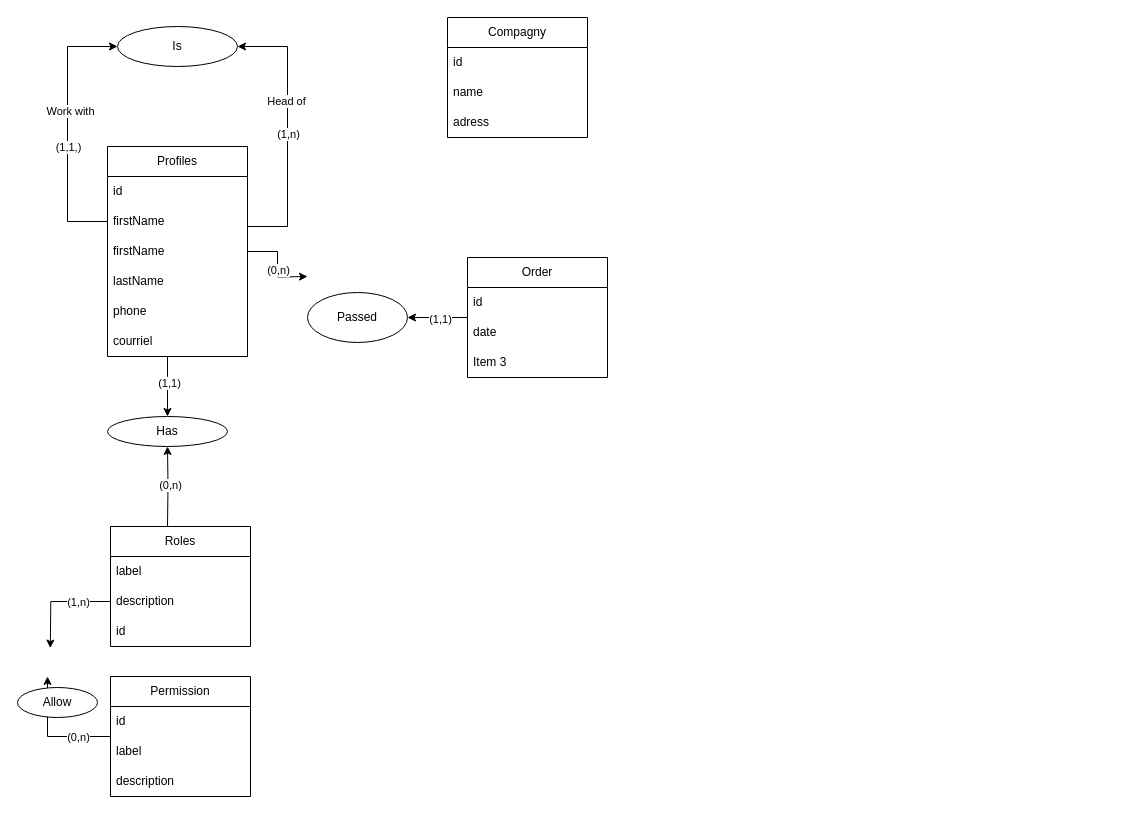
LorinceTawamba/gestion-commerciale keeps this draw.io diagram as page "MCD" (1 of 2) of gestion-commerciale.drawio. Above is the earlier version. Source tidied: cells renumbered, new cells numbered last; positions are measured from the earlier drawing's top-left corner, leaving out a move shared by most shapes. Both pictures are drawn from the tidied source at 100%, with x=0, y=0 at pixel (17, 17).
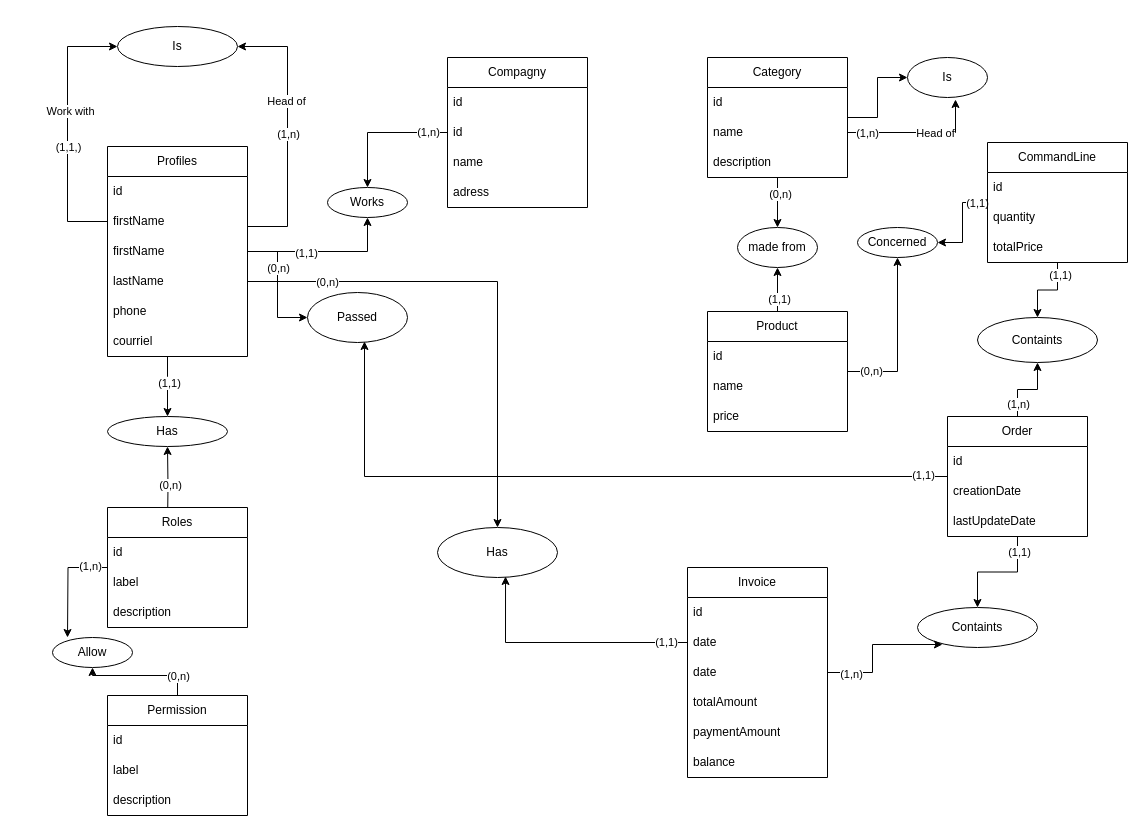
Above is the later version.

The change refers to these unchanged cells:
```xml
<mxCell id="9" value="Profiles" style="swimlane;fontStyle=0;horizontal=1;startSize=30;whiteSpace=wrap;html=1;" parent="1" vertex="1">
  <mxGeometry x="90" y="129" width="140" height="210" as="geometry" />
</mxCell>
<mxCell id="13" value="lastName" style="text;strokeColor=none;fillColor=none;align=left;verticalAlign=middle;spacingLeft=4;spacingRight=4;overflow=hidden;points=[[0,0.5],[1,0.5]];portConstraint=eastwest;whiteSpace=wrap;html=1;" parent="9" vertex="1">
  <mxGeometry y="120" width="140" height="30" as="geometry" />
</mxCell>
<mxCell id="42" value="Passed" style="ellipse;whiteSpace=wrap;html=1;" parent="1" vertex="1">
  <mxGeometry x="290" y="275" width="100" height="50" as="geometry" />
</mxCell>
```

Change to the diagram source:
```diff
@@
-    <mxCell id="7" style="edgeStyle=orthogonalEdgeStyle;rounded=0;jettySize=auto;html=1;entryX=0;entryY=0.5;entryDx=0;entryDy=0;" parent="1" edge="1" source="9">
+    <mxCell id="7" style="edgeStyle=orthogonalEdgeStyle;rounded=0;jettySize=auto;html=1;entryX=0;entryY=0.5;entryDx=0;entryDy=0;" parent="1" edge="1" source="9" target="42">
       <mxGeometry relative="1" as="geometry">
-        <mxPoint x="290" y="259" as="targetPoint" />
+        <Array as="points">
+          <mxPoint x="260" y="234" />
+          <mxPoint x="260" y="300" />
+        </Array>
       </mxGeometry>
     </mxCell>
     <mxCell id="8" value="(0,n)" style="edgeLabel;html=1;align=center;verticalAlign=middle;" parent="7" vertex="1">
-      <mxGeometry x="0.12" relative="1" as="geometry" />
+      <mxGeometry x="0.12" relative="1" as="geometry">
+        <mxPoint y="-25" as="offset" />
+      </mxGeometry>
     </mxCell>
+    <mxCell id="47" style="edgeStyle=orthogonalEdgeStyle;rounded=0;jettySize=auto;html=1;entryX=0.5;entryY=1;entryDx=0;entryDy=0;" parent="1" edge="1" source="9" target="57">
+      <mxGeometry relative="1" as="geometry" />
+    </mxCell>
+    <mxCell id="48" value="(1,1)" style="edgeLabel;html=1;align=center;verticalAlign=middle;" parent="47" vertex="1">
+      <mxGeometry x="-0.25" y="-1" relative="1" as="geometry" />
+    </mxCell>
@@
+    <mxCell id="49" style="edgeStyle=orthogonalEdgeStyle;rounded=0;jettySize=auto;html=1;" parent="1" edge="1" source="22">
+      <mxGeometry relative="1" as="geometry">
+        <mxPoint x="50" y="620" as="targetPoint" />
+      </mxGeometry>
+    </mxCell>
+    <mxCell id="50" value="(1,n)" style="edgeLabel;html=1;align=center;verticalAlign=middle;" parent="49" vertex="1">
+      <mxGeometry x="-0.67" y="-2" relative="1" as="geometry" />
+    </mxCell>
     <mxCell id="22" value="Roles" style="swimlane;fontStyle=0;horizontal=1;startSize=30;whiteSpace=wrap;html=1;" parent="1" vertex="1">
-      <mxGeometry x="93" y="509" width="140" height="120" as="geometry" />
+      <mxGeometry x="90" y="490" width="140" height="120" as="geometry" />
     </mxCell>
+    <mxCell id="25" value="id" style="text;strokeColor=none;fillColor=none;align=left;verticalAlign=middle;spacingLeft=4;spacingRight=4;overflow=hidden;whiteSpace=wrap;html=1;" parent="22" vertex="1">
+      <mxGeometry y="30" width="140" height="30" as="geometry" />
+    </mxCell>
     <mxCell id="23" value="label" style="text;strokeColor=none;fillColor=none;align=left;verticalAlign=middle;spacingLeft=4;spacingRight=4;overflow=hidden;whiteSpace=wrap;html=1;" parent="22" vertex="1">
-      <mxGeometry y="30" width="140" height="30" as="geometry" />
+      <mxGeometry y="60" width="140" height="30" as="geometry" />
     </mxCell>
     <mxCell id="24" value="description" style="text;strokeColor=none;fillColor=none;align=left;verticalAlign=middle;spacingLeft=4;spacingRight=4;overflow=hidden;points=[[0,0.5],[1,0.5]];portConstraint=eastwest;whiteSpace=wrap;html=1;" parent="22" vertex="1">
-      <mxGeometry y="60" width="140" height="30" as="geometry" />
+      <mxGeometry y="90" width="140" height="30" as="geometry" />
     </mxCell>
-    <mxCell id="25" value="id" style="text;strokeColor=none;fillColor=none;align=left;verticalAlign=middle;spacingLeft=4;spacingRight=4;overflow=hidden;whiteSpace=wrap;html=1;" parent="22" vertex="1">
-      <mxGeometry y="90" width="140" height="30" as="geometry" />
-    </mxCell>
@@
-    <mxCell id="27" style="edgeStyle=orthogonalEdgeStyle;rounded=0;jettySize=auto;html=1;entryX=0.375;entryY=1;entryDx=0;entryDy=0;entryPerimeter=0;" parent="1" edge="1" source="29">
-      <mxGeometry relative="1" as="geometry">
-        <mxPoint x="30" y="659" as="targetPoint" />
-        <Array as="points">
-          <mxPoint x="30" y="719" />
-        </Array>
-      </mxGeometry>
-    </mxCell>
-    <mxCell id="28" value="(0,n)" style="edgeLabel;html=1;align=center;verticalAlign=middle;" parent="27" vertex="1">
-      <mxGeometry x="-0.46" relative="1" as="geometry" />
-    </mxCell>
+    <mxCell id="51" style="edgeStyle=orthogonalEdgeStyle;rounded=0;jettySize=auto;html=1;" parent="1" edge="1" source="29" target="33">
+      <mxGeometry relative="1" as="geometry" />
+    </mxCell>
+    <mxCell id="52" value="(0,n)" style="edgeLabel;html=1;align=center;verticalAlign=middle;" parent="51" vertex="1">
+      <mxGeometry x="-0.88" y="1" relative="1" as="geometry">
+        <mxPoint x="1" y="-13" as="offset" />
+      </mxGeometry>
+    </mxCell>
     <mxCell id="29" value="Permission" style="swimlane;fontStyle=0;horizontal=1;startSize=30;whiteSpace=wrap;html=1;" parent="1" vertex="1">
-      <mxGeometry x="93" y="659" width="140" height="120" as="geometry" />
+      <mxGeometry x="90" y="678" width="140" height="120" as="geometry" />
     </mxCell>
-    <mxCell id="30" value="id" style="text;strokeColor=none;fillColor=none;align=left;verticalAlign=middle;spacingLeft=4;spacingRight=4;overflow=hidden;whiteSpace=wrap;html=1;" parent="29" vertex="1">
-      <mxGeometry y="30" width="140" height="30" as="geometry" />
-    </mxCell>
+    <mxCell id="53" value="id" style="text;strokeColor=none;fillColor=none;align=left;verticalAlign=middle;spacingLeft=4;spacingRight=4;overflow=hidden;whiteSpace=wrap;html=1;" parent="29" vertex="1">
+      <mxGeometry y="30" width="140" height="30" as="geometry" />
+    </mxCell>
@@
     <mxCell id="33" value="Allow" style="ellipse;whiteSpace=wrap;html=1;" parent="1" vertex="1">
-      <mxGeometry y="670" width="80" height="30" as="geometry" />
+      <mxGeometry x="35" y="620" width="80" height="30" as="geometry" />
     </mxCell>
-    <mxCell id="34" style="edgeStyle=orthogonalEdgeStyle;rounded=0;jettySize=auto;html=1;entryX=0.41;entryY=0.053;entryDx=0;entryDy=0;entryPerimeter=0;" parent="1" edge="1" source="24">
-      <mxGeometry relative="1" as="geometry">
-        <mxPoint x="32.8" y="630.6" as="targetPoint" />
-      </mxGeometry>
-    </mxCell>
-    <mxCell id="35" value="(1,n)" style="edgeLabel;html=1;align=center;verticalAlign=middle;" parent="34" vertex="1">
-      <mxGeometry x="-0.37" relative="1" as="geometry" />
-    </mxCell>
-    <mxCell id="36" style="edgeStyle=orthogonalEdgeStyle;rounded=0;jettySize=auto;html=1;entryX=1;entryY=0.5;entryDx=0;entryDy=0;" parent="1" edge="1" source="38" target="42">
-      <mxGeometry relative="1" as="geometry" />
-    </mxCell>
-    <mxCell id="37" value="(1,1)" style="edgeLabel;html=1;align=center;verticalAlign=middle;" parent="36" vertex="1">
-      <mxGeometry x="-0.08" y="1" relative="1" as="geometry" />
-    </mxCell>
-    <mxCell id="38" value="Order" style="swimlane;fontStyle=0;horizontal=1;startSize=30;whiteSpace=wrap;html=1;" parent="1" vertex="1">
-      <mxGeometry x="450" y="240" width="140" height="120" as="geometry" />
-    </mxCell>
-    <mxCell id="39" value="id" style="text;strokeColor=none;fillColor=none;align=left;verticalAlign=middle;spacingLeft=4;spacingRight=4;overflow=hidden;whiteSpace=wrap;html=1;" parent="38" vertex="1">
-      <mxGeometry y="30" width="140" height="30" as="geometry" />
-    </mxCell>
-    <mxCell id="40" value="date" style="text;strokeColor=none;fillColor=none;align=left;verticalAlign=middle;spacingLeft=4;spacingRight=4;overflow=hidden;points=[[0,0.5],[1,0.5]];portConstraint=eastwest;whiteSpace=wrap;html=1;" parent="38" vertex="1">
-      <mxGeometry y="60" width="140" height="30" as="geometry" />
-    </mxCell>
-    <mxCell id="41" value="Item 3" style="text;strokeColor=none;fillColor=none;align=left;verticalAlign=middle;spacingLeft=4;spacingRight=4;overflow=hidden;whiteSpace=wrap;html=1;" parent="38" vertex="1">
-      <mxGeometry y="90" width="140" height="30" as="geometry" />
-    </mxCell>
@@
+    <mxCell id="54" style="edgeStyle=orthogonalEdgeStyle;rounded=0;jettySize=auto;html=1;entryX=0.5;entryY=0;entryDx=0;entryDy=0;" parent="1" edge="1" source="43" target="57">
+      <mxGeometry relative="1" as="geometry" />
+    </mxCell>
+    <mxCell id="55" value="(1,n)" style="edgeLabel;html=1;align=center;verticalAlign=middle;" parent="54" vertex="1">
+      <mxGeometry x="-0.7" y="-1" relative="1" as="geometry" />
+    </mxCell>
     <mxCell id="43" value="Compagny" style="swimlane;fontStyle=0;horizontal=1;startSize=30;whiteSpace=wrap;html=1;" parent="1" vertex="1">
-      <mxGeometry x="430" width="140" height="120" as="geometry" />
+      <mxGeometry x="430" y="40" width="140" height="150" as="geometry" />
     </mxCell>
+    <mxCell id="56" value="id" style="text;strokeColor=none;fillColor=none;align=left;verticalAlign=middle;spacingLeft=4;spacingRight=4;overflow=hidden;whiteSpace=wrap;html=1;" parent="43" vertex="1">
+      <mxGeometry y="30" width="140" height="30" as="geometry" />
+    </mxCell>
     <mxCell id="44" value="id" style="text;strokeColor=none;fillColor=none;align=left;verticalAlign=middle;spacingLeft=4;spacingRight=4;overflow=hidden;whiteSpace=wrap;html=1;" parent="43" vertex="1">
-      <mxGeometry y="30" width="140" height="30" as="geometry" />
+      <mxGeometry y="60" width="140" height="30" as="geometry" />
     </mxCell>
     <mxCell id="45" value="name" style="text;strokeColor=none;fillColor=none;align=left;verticalAlign=middle;spacingLeft=4;spacingRight=4;overflow=hidden;whiteSpace=wrap;html=1;" parent="43" vertex="1">
-      <mxGeometry y="60" width="140" height="30" as="geometry" />
+      <mxGeometry y="90" width="140" height="30" as="geometry" />
     </mxCell>
     <mxCell id="46" value="adress" style="text;strokeColor=none;fillColor=none;align=left;verticalAlign=middle;spacingLeft=4;spacingRight=4;overflow=hidden;whiteSpace=wrap;html=1;" parent="43" vertex="1">
-      <mxGeometry y="90" width="140" height="30" as="geometry" />
+      <mxGeometry y="120" width="140" height="30" as="geometry" />
     </mxCell>
+    <mxCell id="57" value="Works" style="ellipse;whiteSpace=wrap;html=1;" parent="1" vertex="1">
+      <mxGeometry x="310" y="170" width="80" height="30" as="geometry" />
+    </mxCell>
+    <mxCell id="58" style="edgeStyle=orthogonalEdgeStyle;rounded=0;jettySize=auto;html=1;" parent="1" edge="1" source="61" target="65">
+      <mxGeometry relative="1" as="geometry" />
+    </mxCell>
+    <mxCell id="59" style="edgeStyle=orthogonalEdgeStyle;rounded=0;jettySize=auto;html=1;" parent="1" edge="1" source="61" target="77">
+      <mxGeometry relative="1" as="geometry" />
+    </mxCell>
+    <mxCell id="60" value="(0,n)" style="edgeLabel;html=1;align=center;verticalAlign=middle;" parent="59" vertex="1">
+      <mxGeometry x="-0.36" y="2" relative="1" as="geometry" />
+    </mxCell>
+    <mxCell id="61" value="Category" style="swimlane;fontStyle=0;horizontal=1;startSize=30;whiteSpace=wrap;html=1;" parent="1" vertex="1">
+      <mxGeometry x="690" y="40" width="140" height="120" as="geometry" />
+    </mxCell>
+    <mxCell id="62" value="id" style="text;strokeColor=none;fillColor=none;align=left;verticalAlign=middle;spacingLeft=4;spacingRight=4;overflow=hidden;whiteSpace=wrap;html=1;" parent="61" vertex="1">
+      <mxGeometry y="30" width="140" height="30" as="geometry" />
+    </mxCell>
+    <mxCell id="63" value="name" style="text;strokeColor=none;fillColor=none;align=left;verticalAlign=middle;spacingLeft=4;spacingRight=4;overflow=hidden;points=[[0,0.5],[1,0.5]];portConstraint=eastwest;whiteSpace=wrap;html=1;" parent="61" vertex="1">
+      <mxGeometry y="60" width="140" height="30" as="geometry" />
+    </mxCell>
+    <mxCell id="64" value="description" style="text;strokeColor=none;fillColor=none;align=left;verticalAlign=middle;spacingLeft=4;spacingRight=4;overflow=hidden;whiteSpace=wrap;html=1;" parent="61" vertex="1">
+      <mxGeometry y="90" width="140" height="30" as="geometry" />
+    </mxCell>
+    <mxCell id="65" value="Is" style="ellipse;whiteSpace=wrap;html=1;" parent="1" vertex="1">
+      <mxGeometry x="890" y="40" width="80" height="40" as="geometry" />
+    </mxCell>
+    <mxCell id="66" style="edgeStyle=orthogonalEdgeStyle;rounded=0;jettySize=auto;html=1;entryX=0.6;entryY=1.05;entryDx=0;entryDy=0;entryPerimeter=0;" parent="1" edge="1" source="63" target="65">
+      <mxGeometry relative="1" as="geometry" />
+    </mxCell>
+    <mxCell id="67" value="Head of" style="edgeLabel;html=1;align=center;verticalAlign=middle;" parent="66" vertex="1">
+      <mxGeometry x="0.23" relative="1" as="geometry" />
+    </mxCell>
+    <mxCell id="68" value="(1,n)" style="edgeLabel;html=1;align=center;verticalAlign=middle;" parent="66" vertex="1">
+      <mxGeometry x="-0.73" relative="1" as="geometry" />
+    </mxCell>
+    <mxCell id="69" style="edgeStyle=orthogonalEdgeStyle;rounded=0;jettySize=auto;html=1;" parent="1" edge="1" source="73" target="77">
+      <mxGeometry relative="1" as="geometry" />
+    </mxCell>
+    <mxCell id="70" value="(1,1)" style="edgeLabel;html=1;align=center;verticalAlign=middle;" parent="69" vertex="1">
+      <mxGeometry x="-0.41" y="-1" relative="1" as="geometry" />
+    </mxCell>
+    <mxCell id="71" style="edgeStyle=orthogonalEdgeStyle;rounded=0;jettySize=auto;html=1;entryX=0.5;entryY=1;entryDx=0;entryDy=0;" parent="1" edge="1" source="73" target="94">
+      <mxGeometry relative="1" as="geometry" />
+    </mxCell>
+    <mxCell id="72" value="(0,n)" style="edgeLabel;html=1;align=center;verticalAlign=middle;" parent="71" vertex="1">
+      <mxGeometry x="-0.72" y="1" relative="1" as="geometry" />
+    </mxCell>
+    <mxCell id="73" value="Product" style="swimlane;fontStyle=0;horizontal=1;startSize=30;whiteSpace=wrap;html=1;" parent="1" vertex="1">
+      <mxGeometry x="690" y="294" width="140" height="120" as="geometry" />
+    </mxCell>
+    <mxCell id="74" value="id" style="text;strokeColor=none;fillColor=none;align=left;verticalAlign=middle;spacingLeft=4;spacingRight=4;overflow=hidden;whiteSpace=wrap;html=1;" parent="73" vertex="1">
+      <mxGeometry y="30" width="140" height="30" as="geometry" />
+    </mxCell>
+    <mxCell id="75" value="name" style="text;strokeColor=none;fillColor=none;align=left;verticalAlign=middle;spacingLeft=4;spacingRight=4;overflow=hidden;whiteSpace=wrap;html=1;" parent="73" vertex="1">
+      <mxGeometry y="60" width="140" height="30" as="geometry" />
+    </mxCell>
+    <mxCell id="76" value="price" style="text;strokeColor=none;fillColor=none;align=left;verticalAlign=middle;spacingLeft=4;spacingRight=4;overflow=hidden;whiteSpace=wrap;html=1;" parent="73" vertex="1">
+      <mxGeometry y="90" width="140" height="30" as="geometry" />
+    </mxCell>
+    <mxCell id="77" value="made from" style="ellipse;whiteSpace=wrap;html=1;" parent="1" vertex="1">
+      <mxGeometry x="720" y="210" width="80" height="40" as="geometry" />
+    </mxCell>
+    <mxCell id="78" style="edgeStyle=orthogonalEdgeStyle;rounded=0;jettySize=auto;html=1;" parent="1" edge="1" source="38" target="93">
+      <mxGeometry relative="1" as="geometry" />
+    </mxCell>
+    <mxCell id="79" value="(1,n)" style="edgeLabel;html=1;align=center;verticalAlign=middle;" parent="78" vertex="1">
+      <mxGeometry x="-0.65" relative="1" as="geometry" />
+    </mxCell>
+    <mxCell id="80" style="edgeStyle=orthogonalEdgeStyle;rounded=0;jettySize=auto;html=1;" parent="1" edge="1" source="38" target="107">
+      <mxGeometry relative="1" as="geometry" />
+    </mxCell>
+    <mxCell id="81" value="(1,1)" style="edgeLabel;html=1;align=center;verticalAlign=middle;" parent="80" vertex="1">
+      <mxGeometry x="-0.73" y="1" relative="1" as="geometry" />
+    </mxCell>
+    <mxCell id="38" value="Order" style="swimlane;fontStyle=0;horizontal=1;startSize=30;whiteSpace=wrap;html=1;" parent="1" vertex="1">
+      <mxGeometry x="930" y="399" width="140" height="120" as="geometry" />
+    </mxCell>
+    <mxCell id="82" value="id" style="text;strokeColor=none;fillColor=none;align=left;verticalAlign=middle;spacingLeft=4;spacingRight=4;overflow=hidden;whiteSpace=wrap;html=1;" parent="38" vertex="1">
+      <mxGeometry y="30" width="140" height="30" as="geometry" />
+    </mxCell>
+    <mxCell id="83" value="creationDate" style="text;strokeColor=none;fillColor=none;align=left;verticalAlign=middle;spacingLeft=4;spacingRight=4;overflow=hidden;whiteSpace=wrap;html=1;" parent="38" vertex="1">
+      <mxGeometry y="60" width="140" height="30" as="geometry" />
+    </mxCell>
+    <mxCell id="84" value="lastUpdateDate" style="text;strokeColor=none;fillColor=none;align=left;verticalAlign=middle;spacingLeft=4;spacingRight=4;overflow=hidden;whiteSpace=wrap;html=1;" parent="38" vertex="1">
+      <mxGeometry y="90" width="140" height="30" as="geometry" />
+    </mxCell>
+    <mxCell id="85" style="edgeStyle=orthogonalEdgeStyle;rounded=0;jettySize=auto;html=1;" parent="1" edge="1" source="89" target="93">
+      <mxGeometry relative="1" as="geometry" />
+    </mxCell>
+    <mxCell id="86" value="(1,1)" style="edgeLabel;html=1;align=center;verticalAlign=middle;" parent="85" vertex="1">
+      <mxGeometry x="-0.68" y="2" relative="1" as="geometry" />
+    </mxCell>
+    <mxCell id="87" style="edgeStyle=orthogonalEdgeStyle;rounded=0;jettySize=auto;html=1;" parent="1" edge="1" source="89" target="94">
+      <mxGeometry relative="1" as="geometry" />
+    </mxCell>
+    <mxCell id="88" value="(1,1)" style="edgeLabel;html=1;align=center;verticalAlign=middle;" parent="87" vertex="1">
+      <mxGeometry x="-0.76" relative="1" as="geometry" />
+    </mxCell>
+    <mxCell id="89" value="CommandLine" style="swimlane;fontStyle=0;horizontal=1;startSize=30;whiteSpace=wrap;html=1;" parent="1" vertex="1">
+      <mxGeometry x="970" y="125" width="140" height="120" as="geometry" />
+    </mxCell>
+    <mxCell id="90" value="id" style="text;strokeColor=none;fillColor=none;align=left;verticalAlign=middle;spacingLeft=4;spacingRight=4;overflow=hidden;whiteSpace=wrap;html=1;" parent="89" vertex="1">
+      <mxGeometry y="30" width="140" height="30" as="geometry" />
+    </mxCell>
+    <mxCell id="91" value="quantity" style="text;strokeColor=none;fillColor=none;align=left;verticalAlign=middle;spacingLeft=4;spacingRight=4;overflow=hidden;whiteSpace=wrap;html=1;" parent="89" vertex="1">
+      <mxGeometry y="60" width="140" height="30" as="geometry" />
+    </mxCell>
+    <mxCell id="92" value="totalPrice" style="text;strokeColor=none;fillColor=none;align=left;verticalAlign=middle;spacingLeft=4;spacingRight=4;overflow=hidden;whiteSpace=wrap;html=1;" parent="89" vertex="1">
+      <mxGeometry y="90" width="140" height="30" as="geometry" />
+    </mxCell>
+    <mxCell id="93" value="Containts" style="ellipse;whiteSpace=wrap;html=1;" parent="1" vertex="1">
+      <mxGeometry x="960" y="300" width="120" height="45" as="geometry" />
+    </mxCell>
+    <mxCell id="94" value="Concerned" style="ellipse;whiteSpace=wrap;html=1;" parent="1" vertex="1">
+      <mxGeometry x="840" y="210" width="80" height="30" as="geometry" />
+    </mxCell>
+    <mxCell id="36" style="edgeStyle=orthogonalEdgeStyle;rounded=0;jettySize=auto;html=1;entryX=0.57;entryY=0.98;entryDx=0;entryDy=0;entryPerimeter=0;" parent="1" edge="1" source="38" target="42">
+      <mxGeometry relative="1" as="geometry" />
+    </mxCell>
+    <mxCell id="95" value="(1,1)" style="edgeLabel;html=1;align=center;verticalAlign=middle;" parent="36" vertex="1">
+      <mxGeometry x="-0.93" y="-2" relative="1" as="geometry" />
+    </mxCell>
+    <mxCell id="96" value="Has" style="ellipse;whiteSpace=wrap;html=1;" parent="1" vertex="1">
+      <mxGeometry x="420" y="510" width="120" height="50" as="geometry" />
+    </mxCell>
+    <mxCell id="97" value="Invoice" style="swimlane;fontStyle=0;horizontal=1;startSize=30;whiteSpace=wrap;html=1;" parent="1" vertex="1">
+      <mxGeometry x="670" y="550" width="140" height="210" as="geometry" />
+    </mxCell>
+    <mxCell id="98" value="id" style="text;strokeColor=none;fillColor=none;align=left;verticalAlign=middle;spacingLeft=4;spacingRight=4;overflow=hidden;whiteSpace=wrap;html=1;" parent="97" vertex="1">
+      <mxGeometry y="30" width="140" height="30" as="geometry" />
+    </mxCell>
+    <mxCell id="40" value="date" style="text;strokeColor=none;fillColor=none;align=left;verticalAlign=middle;spacingLeft=4;spacingRight=4;overflow=hidden;points=[[0,0.5],[1,0.5]];portConstraint=eastwest;whiteSpace=wrap;html=1;" parent="97" vertex="1">
+      <mxGeometry y="60" width="140" height="30" as="geometry" />
+    </mxCell>
+    <mxCell id="99" value="date" style="text;strokeColor=none;fillColor=none;align=left;verticalAlign=middle;spacingLeft=4;spacingRight=4;overflow=hidden;whiteSpace=wrap;html=1;" parent="97" vertex="1">
+      <mxGeometry y="90" width="140" height="30" as="geometry" />
+    </mxCell>
+    <mxCell id="100" value="totalAmount" style="text;strokeColor=none;fillColor=none;align=left;verticalAlign=middle;spacingLeft=4;spacingRight=4;overflow=hidden;whiteSpace=wrap;html=1;" parent="97" vertex="1">
+      <mxGeometry y="120" width="140" height="30" as="geometry" />
+    </mxCell>
+    <mxCell id="101" value="paymentAmount" style="text;strokeColor=none;fillColor=none;align=left;verticalAlign=middle;spacingLeft=4;spacingRight=4;overflow=hidden;whiteSpace=wrap;html=1;" parent="97" vertex="1">
+      <mxGeometry y="150" width="140" height="30" as="geometry" />
+    </mxCell>
+    <mxCell id="102" value="balance" style="text;strokeColor=none;fillColor=none;align=left;verticalAlign=middle;spacingLeft=4;spacingRight=4;overflow=hidden;whiteSpace=wrap;html=1;" parent="97" vertex="1">
+      <mxGeometry y="180" width="140" height="30" as="geometry" />
+    </mxCell>
+    <mxCell id="103" style="edgeStyle=orthogonalEdgeStyle;rounded=0;jettySize=auto;html=1;" parent="1" edge="1" source="13" target="96">
+      <mxGeometry relative="1" as="geometry" />
+    </mxCell>
+    <mxCell id="104" value="(0,n)" style="edgeLabel;html=1;align=center;verticalAlign=middle;" parent="103" vertex="1">
+      <mxGeometry x="-0.68" relative="1" as="geometry" />
+    </mxCell>
+    <mxCell id="105" style="edgeStyle=orthogonalEdgeStyle;rounded=0;jettySize=auto;html=1;entryX=0.567;entryY=0.98;entryDx=0;entryDy=0;entryPerimeter=0;" parent="1" edge="1" source="40" target="96">
+      <mxGeometry relative="1" as="geometry" />
+    </mxCell>
+    <mxCell id="106" value="(1,1)" style="edgeLabel;html=1;align=center;verticalAlign=middle;" parent="105" vertex="1">
+      <mxGeometry x="-0.82" y="-1" relative="1" as="geometry" />
+    </mxCell>
+    <mxCell id="107" value="Containts" style="ellipse;whiteSpace=wrap;html=1;" parent="1" vertex="1">
+      <mxGeometry x="900" y="590" width="120" height="40" as="geometry" />
+    </mxCell>
+    <mxCell id="108" style="edgeStyle=orthogonalEdgeStyle;rounded=0;jettySize=auto;html=1;entryX=0.208;entryY=0.925;entryDx=0;entryDy=0;entryPerimeter=0;" parent="1" edge="1" source="97" target="107">
+      <mxGeometry relative="1" as="geometry" />
+    </mxCell>
+    <mxCell id="109" value="(1,n)" style="edgeLabel;html=1;align=center;verticalAlign=middle;" parent="108" vertex="1">
+      <mxGeometry x="-0.68" y="-1" relative="1" as="geometry" />
+    </mxCell>
```
